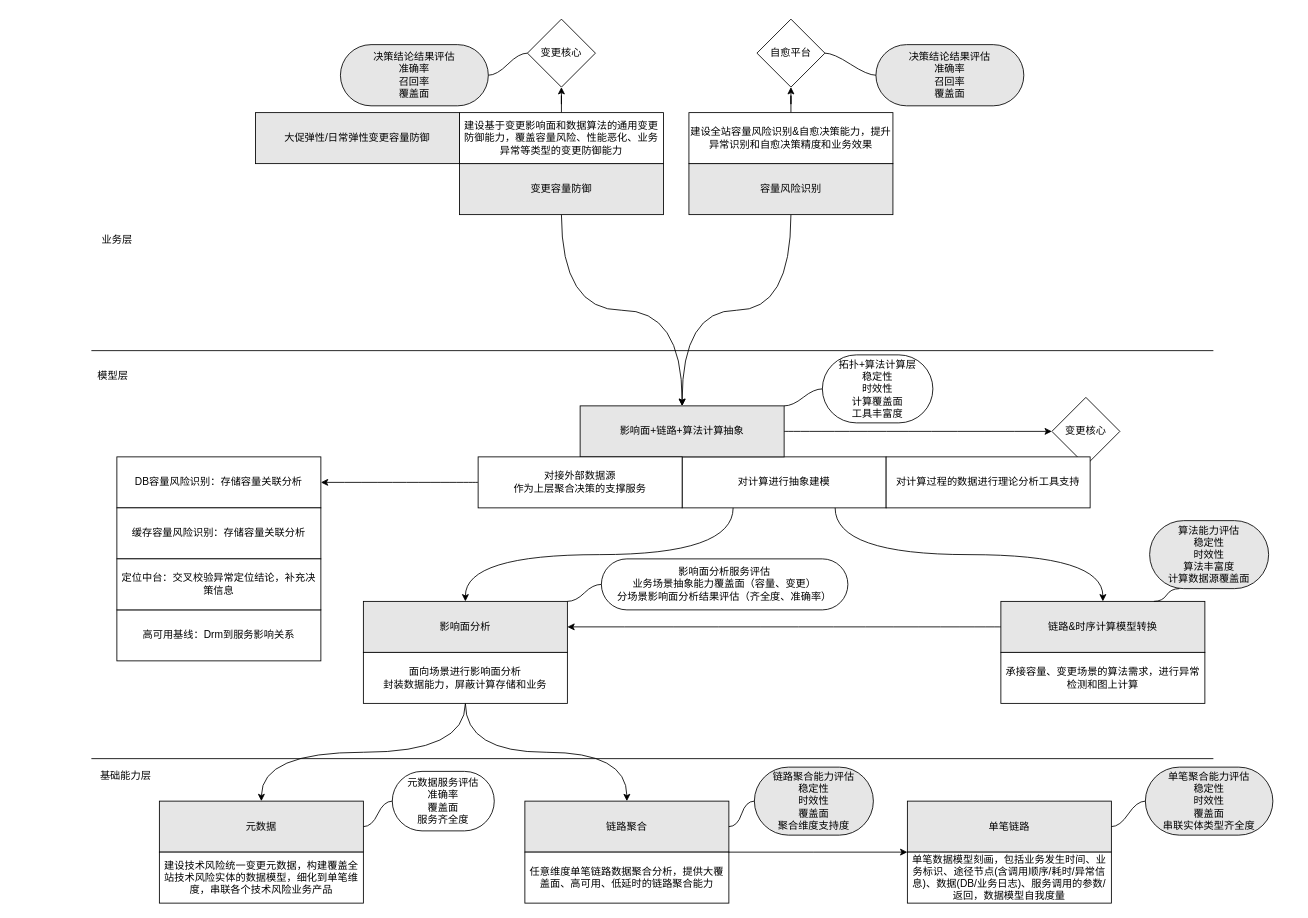
The draw.io diagram 蚂蚁金服/OKR组织.drawio in frankneu/draw.io, before the edit. Source tidied: cells renumbered, new cells numbered last; positions are measured from the earlier drawing's top-left corner, leaving out a move shared by most shapes. Both pictures are drawn from the tidied source at 85%, with x=0, y=0 at pixel (91, 19).
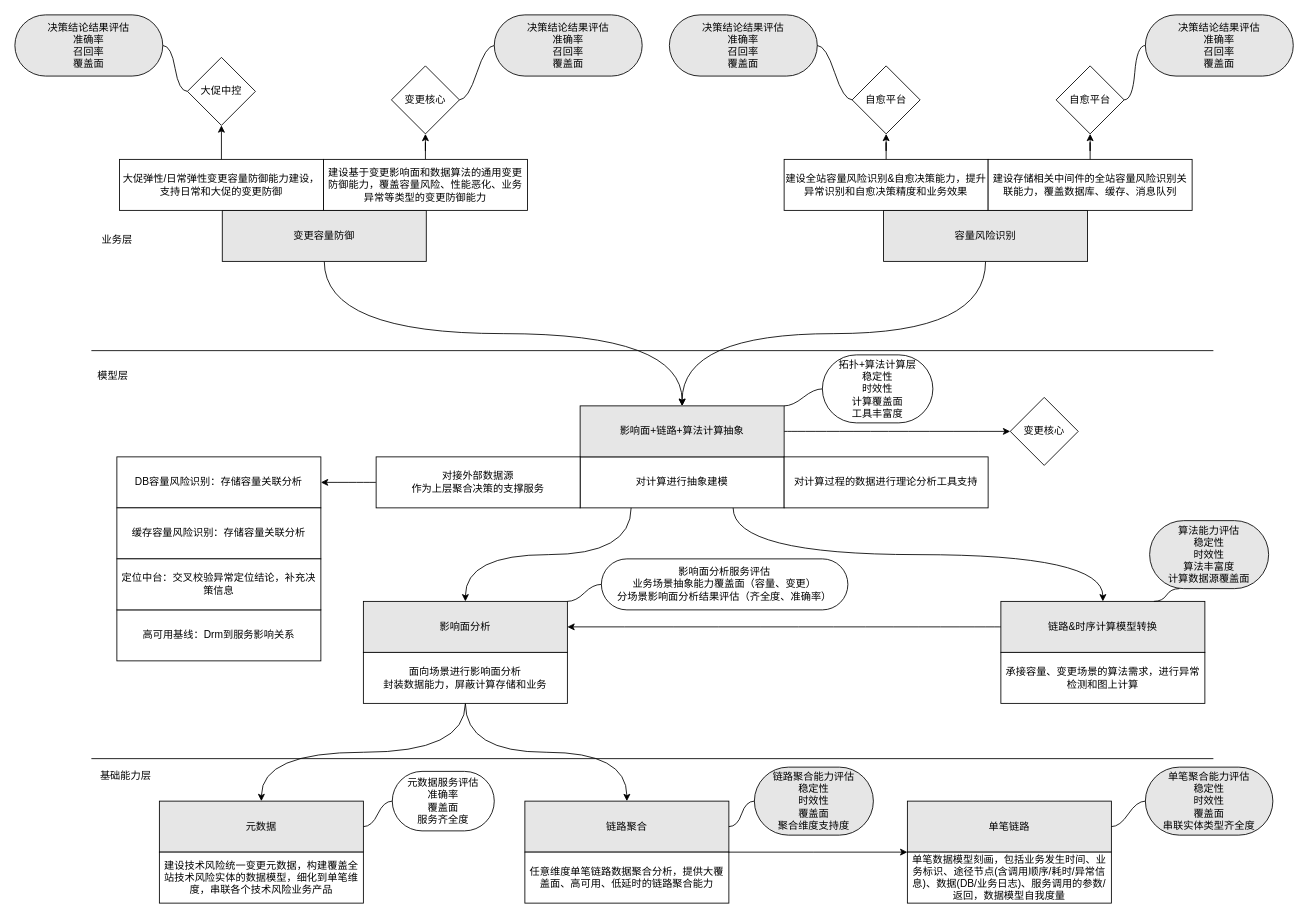
The same page after the edit.

Diff of the diagram source:
```diff
@@
     <mxCell id="3" value="变更容量防御" style="rounded=0;whiteSpace=wrap;html=1;fillColor=#E6E6E6;" parent="1" vertex="1">
-      <mxGeometry x="433" y="170" width="240" height="60" as="geometry" />
+      <mxGeometry x="154" y="225" width="240" height="60" as="geometry" />
     </mxCell>
@@
     <mxCell id="5" value="容量风险识别" style="rounded=0;whiteSpace=wrap;html=1;fillColor=#E6E6E6;" parent="1" vertex="1">
-      <mxGeometry x="703" y="170" width="240" height="60" as="geometry" />
+      <mxGeometry x="932" y="225" width="240" height="60" as="geometry" />
     </mxCell>
@@
     <mxCell id="10" value="建设基于变更影响面和数据算法的通用变更防御能力，覆盖容量风险、性能恶化、业务异常等类型的变更防御能力" style="rounded=0;whiteSpace=wrap;html=1;" parent="1" vertex="1">
-      <mxGeometry x="433" y="110" width="240" height="60" as="geometry" />
+      <mxGeometry x="273" y="165" width="240" height="60" as="geometry" />
     </mxCell>
@@
     <mxCell id="12" value="建设全站容量风险识别&amp;amp;自愈决策能力，提升异常识别和自愈决策精度和业务效果" style="rounded=0;whiteSpace=wrap;html=1;" parent="1" vertex="1">
-      <mxGeometry x="703" y="110" width="240" height="60" as="geometry" />
+      <mxGeometry x="815" y="165" width="240" height="60" as="geometry" />
     </mxCell>
@@
     <mxCell id="21" value="对计算进行抽象建模" style="rounded=0;whiteSpace=wrap;html=1;" parent="1" vertex="1">
-      <mxGeometry x="695" y="515" width="240" height="60" as="geometry" />
+      <mxGeometry x="575" y="515" width="240" height="60" as="geometry" />
     </mxCell>
@@
     <mxCell id="30" value="对接外部数据源&lt;br&gt;作为上层聚合决策的支撑服务" style="rounded=0;whiteSpace=wrap;html=1;fillColor=#FFFFFF;" parent="1" vertex="1">
-      <mxGeometry x="455" y="515" width="240" height="60" as="geometry" />
+      <mxGeometry x="335" y="515" width="240" height="60" as="geometry" />
     </mxCell>
@@
     <mxCell id="40" value="变更核心" style="rhombus;whiteSpace=wrap;html=1;fillColor=#FFFFFF;" parent="1" vertex="1">
-      <mxGeometry x="1130" y="445" width="80" height="80" as="geometry" />
+      <mxGeometry x="1081" y="445" width="80" height="80" as="geometry" />
     </mxCell>
     <mxCell id="41" value="决策结论结果评估&lt;br&gt;准确率&lt;br&gt;召回率&lt;br&gt;覆盖面" style="whiteSpace=wrap;html=1;rounded=1;arcSize=50;align=center;verticalAlign=middle;strokeWidth=1;spacing=4;newEdgeStyle={&quot;edgeStyle&quot;:&quot;entityRelationEdgeStyle&quot;,&quot;startArrow&quot;:&quot;none&quot;,&quot;endArrow&quot;:&quot;none&quot;,&quot;segment&quot;:10,&quot;curved&quot;:1};fillColor=#E6E6E6;" parent="1" vertex="1">
-      <mxGeometry x="293" y="30" width="174" height="72" as="geometry" />
+      <mxGeometry x="474" y="-5" width="174" height="72" as="geometry" />
     </mxCell>
-    <mxCell id="42" style="edgeStyle=entityRelationEdgeStyle;startArrow=none;endArrow=none;segment=10;curved=1;exitX=0;exitY=0.5;exitDx=0;exitDy=0;" parent="1" edge="1" source="53" target="41">
+    <mxCell id="42" style="edgeStyle=entityRelationEdgeStyle;startArrow=none;endArrow=none;segment=10;curved=1;exitX=1;exitY=0.5;exitDx=0;exitDy=0;" parent="1" edge="1" source="53" target="41">
       <mxGeometry relative="1" as="geometry" />
     </mxCell>
     <mxCell id="43" value="决策结论结果评估&lt;br&gt;准确率&lt;br&gt;召回率&lt;br&gt;覆盖面" style="whiteSpace=wrap;html=1;rounded=1;arcSize=50;align=center;verticalAlign=middle;strokeWidth=1;spacing=4;newEdgeStyle={&quot;edgeStyle&quot;:&quot;entityRelationEdgeStyle&quot;,&quot;startArrow&quot;:&quot;none&quot;,&quot;endArrow&quot;:&quot;none&quot;,&quot;segment&quot;:10,&quot;curved&quot;:1};fillColor=#E6E6E6;" parent="1" vertex="1">
-      <mxGeometry x="923" y="30" width="174" height="72" as="geometry" />
+      <mxGeometry x="680" y="-5" width="174" height="72" as="geometry" />
     </mxCell>
-    <mxCell id="44" style="edgeStyle=entityRelationEdgeStyle;startArrow=none;endArrow=none;segment=10;curved=1;entryX=0;entryY=0.5;entryDx=0;entryDy=0;exitX=1;exitY=0.5;exitDx=0;exitDy=0;" parent="1" edge="1" source="54" target="43">
+    <mxCell id="44" style="edgeStyle=entityRelationEdgeStyle;startArrow=none;endArrow=none;segment=10;curved=1;entryX=1;entryY=0.5;entryDx=0;entryDy=0;exitX=0;exitY=0.5;exitDx=0;exitDy=0;" parent="1" edge="1" source="54" target="43">
       <mxGeometry relative="1" as="geometry" />
     </mxCell>
@@
     <mxCell id="53" value="&lt;span&gt;变更核心&lt;/span&gt;" style="rhombus;whiteSpace=wrap;html=1;rounded=0;" parent="1" vertex="1">
-      <mxGeometry x="513" width="80" height="80" as="geometry" />
+      <mxGeometry x="353" y="55" width="80" height="80" as="geometry" />
     </mxCell>
     <mxCell id="54" value="自愈平台" style="rhombus;whiteSpace=wrap;html=1;rounded=0;" parent="1" vertex="1">
-      <mxGeometry x="783" width="80" height="80" as="geometry" />
+      <mxGeometry x="895" y="55" width="80" height="80" as="geometry" />
     </mxCell>
@@
     <mxCell id="59" value="对计算过程的数据进行理论分析工具支持" style="rounded=0;whiteSpace=wrap;html=1;" parent="1" vertex="1">
-      <mxGeometry x="935" y="515" width="240" height="60" as="geometry" />
+      <mxGeometry x="815" y="515" width="240" height="60" as="geometry" />
     </mxCell>
-    <mxCell id="60" value="大促弹性/日常弹性变更容量防御" style="rounded=0;whiteSpace=wrap;html=1;fillColor=#E6E6E6;" parent="1" vertex="1">
-      <mxGeometry x="193" y="110" width="240" height="60" as="geometry" />
+    <mxCell id="60" value="大促弹性/日常弹性变更容量防御能力建设，支持日常和大促的变更防御" style="rounded=0;whiteSpace=wrap;html=1;fillColor=#FFFFFF;" parent="1" vertex="1">
+      <mxGeometry x="33" y="165" width="240" height="60" as="geometry" />
     </mxCell>
+    <mxCell id="61" style="edgeStyle=orthogonalEdgeStyle;rounded=0;jettySize=auto;html=1;exitX=0.5;exitY=0;exitDx=0;exitDy=0;" parent="1" edge="1" source="60" target="64">
+      <mxGeometry relative="1" as="geometry" />
+    </mxCell>
+    <mxCell id="62" value="决策结论结果评估&lt;br&gt;准确率&lt;br&gt;召回率&lt;br&gt;覆盖面" style="whiteSpace=wrap;html=1;rounded=1;arcSize=50;align=center;verticalAlign=middle;strokeWidth=1;spacing=4;newEdgeStyle={&quot;edgeStyle&quot;:&quot;entityRelationEdgeStyle&quot;,&quot;startArrow&quot;:&quot;none&quot;,&quot;endArrow&quot;:&quot;none&quot;,&quot;segment&quot;:10,&quot;curved&quot;:1};fillColor=#E6E6E6;" parent="1" vertex="1">
+      <mxGeometry x="-90" y="-5" width="174" height="72" as="geometry" />
+    </mxCell>
+    <mxCell id="63" style="edgeStyle=entityRelationEdgeStyle;startArrow=none;endArrow=none;segment=10;curved=1;exitX=0;exitY=0.5;exitDx=0;exitDy=0;" parent="1" edge="1" source="64" target="62">
+      <mxGeometry relative="1" as="geometry" />
+    </mxCell>
+    <mxCell id="64" value="&lt;span&gt;大促中控&lt;/span&gt;" style="rhombus;whiteSpace=wrap;html=1;rounded=0;" parent="1" vertex="1">
+      <mxGeometry x="113" y="45" width="80" height="80" as="geometry" />
+    </mxCell>
+    <mxCell id="65" value="建设存储相关中间件的全站容量风险识别关联能力，覆盖数据库、缓存、消息队列" style="rounded=0;whiteSpace=wrap;html=1;" parent="1" vertex="1">
+      <mxGeometry x="1055" y="165" width="240" height="60" as="geometry" />
+    </mxCell>
+    <mxCell id="66" style="edgeStyle=orthogonalEdgeStyle;rounded=0;jettySize=auto;html=1;exitX=0.5;exitY=0;exitDx=0;exitDy=0;" parent="1" edge="1" source="65" target="69">
+      <mxGeometry relative="1" as="geometry" />
+    </mxCell>
+    <mxCell id="67" value="决策结论结果评估&lt;br&gt;准确率&lt;br&gt;召回率&lt;br&gt;覆盖面" style="whiteSpace=wrap;html=1;rounded=1;arcSize=50;align=center;verticalAlign=middle;strokeWidth=1;spacing=4;newEdgeStyle={&quot;edgeStyle&quot;:&quot;entityRelationEdgeStyle&quot;,&quot;startArrow&quot;:&quot;none&quot;,&quot;endArrow&quot;:&quot;none&quot;,&quot;segment&quot;:10,&quot;curved&quot;:1};fillColor=#E6E6E6;" parent="1" vertex="1">
+      <mxGeometry x="1240" y="-5" width="174" height="72" as="geometry" />
+    </mxCell>
+    <mxCell id="68" style="edgeStyle=entityRelationEdgeStyle;startArrow=none;endArrow=none;segment=10;curved=1;entryX=0;entryY=0.5;entryDx=0;entryDy=0;exitX=1;exitY=0.5;exitDx=0;exitDy=0;" parent="1" edge="1" source="69" target="67">
+      <mxGeometry relative="1" as="geometry" />
+    </mxCell>
+    <mxCell id="69" value="自愈平台" style="rhombus;whiteSpace=wrap;html=1;rounded=0;" parent="1" vertex="1">
+      <mxGeometry x="1135" y="55" width="80" height="80" as="geometry" />
+    </mxCell>
```
